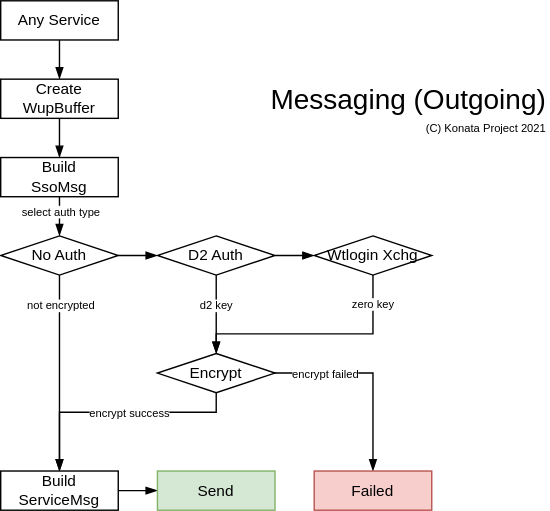
Above: Blueprint/messaging.outgoing.svg in KonataDev/Konata.Core (draw.io), before the change. Source tidied: cells renumbered, new cells last; positions are measured from the earlier drawing's top-left corner, leaving out a move shared by most shapes.
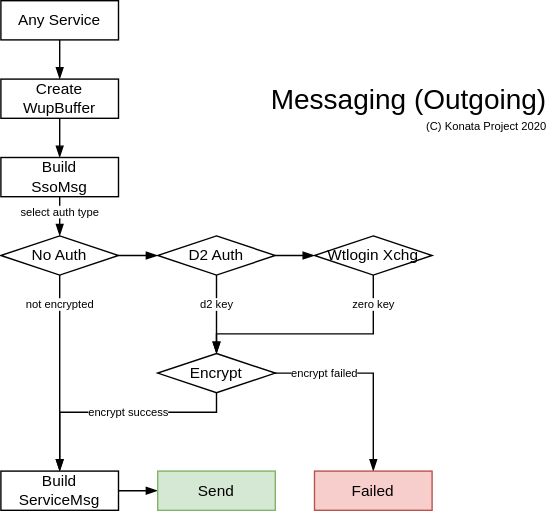
Above is the later version.

Change to the diagram source:
```diff
@@ -5,7 +5,7 @@
     <mxCell id="2" value="Messaging (Outgoing)" style="text;html=1;strokeColor=none;fillColor=none;align=right;verticalAlign=middle;whiteSpace=wrap;rounded=0;fontSize=20;fontStyle=0;" parent="1" vertex="1">
       <mxGeometry x="168" y="56" width="224" height="28" as="geometry" />
     </mxCell>
-    <mxCell id="3" value="&lt;font style=&quot;font-size: 8px&quot;&gt;(C) Konata Project 2021&lt;br&gt;&lt;/font&gt;" style="text;html=1;strokeColor=none;fillColor=none;align=right;verticalAlign=middle;whiteSpace=wrap;rounded=0;fontSize=8;fontStyle=0;" parent="1" vertex="1">
+    <mxCell id="3" value="&lt;font style=&quot;font-size: 8px&quot;&gt;(C) Konata Project 2020&lt;/font&gt;" style="text;html=1;strokeColor=none;fillColor=none;align=right;verticalAlign=middle;whiteSpace=wrap;rounded=0;fontSize=8;fontStyle=0;" parent="1" vertex="1">
       <mxGeometry x="280" y="84" width="112" height="13" as="geometry" />
     </mxCell>
     <mxCell id="4" style="edgeStyle=orthogonalEdgeStyle;rounded=0;jettySize=auto;html=1;endArrow=blockThin;endFill=1;" parent="1" edge="1" source="5" target="7">
```
